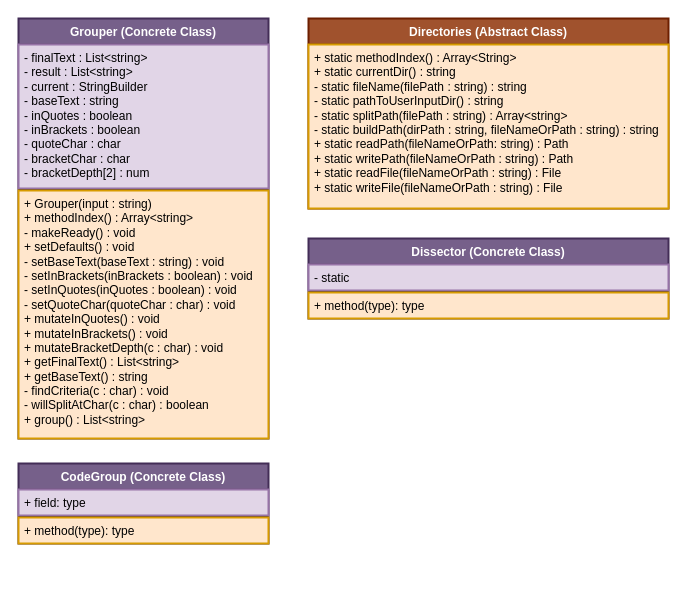
The draw.io diagram dev/ClassDiagrams.drawio in BroerSakki/PseudoCompiler, before the edit. Source tidied: cells renumbered, new cells numbered last; positions are measured from the earlier drawing's top-left corner, leaving out a move shared by most shapes. Both pictures are drawn from the tidied source at 100%, with x=0, y=0 at pixel (18, 18).
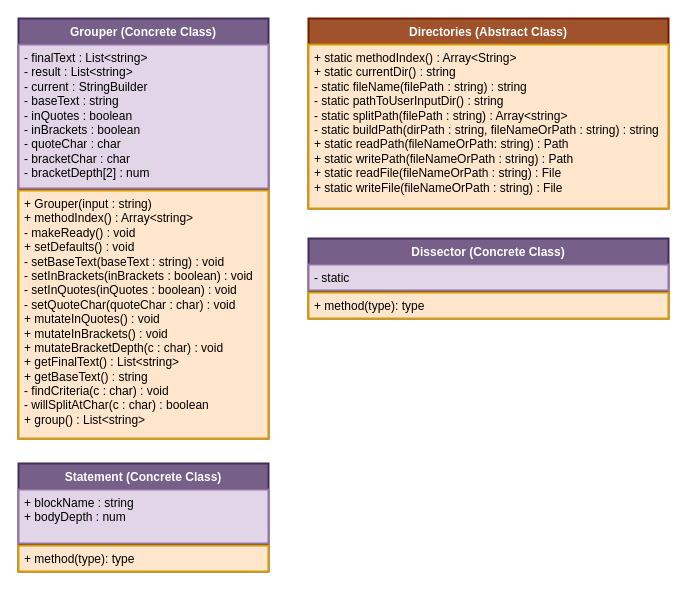
After the change.

The edit, as a diff of the source:
```diff
@@
 <mxGraphModel>
   <root>
     <mxCell id="0" />
     <mxCell id="1" parent="0" />
     <mxCell id="2" value="Grouper (Concrete Class)" style="swimlane;fontStyle=1;align=center;verticalAlign=top;horizontal=1;startSize=26;whiteSpace=wrap;html=1;fillColor=#76608a;strokeColor=#432D57;fontColor=#ffffff;strokeWidth=2;" parent="1" vertex="1">
       <mxGeometry width="250" height="420" as="geometry" />
     </mxCell>
     <mxCell id="3" value="- finalText : List&amp;lt;string&amp;gt;&lt;div&gt;- result : List&amp;lt;string&amp;gt;&lt;/div&gt;&lt;div&gt;- current : StringBuilder&lt;/div&gt;&lt;div&gt;- baseText : string&lt;/div&gt;&lt;div&gt;- inQuotes : boolean&lt;/div&gt;&lt;div&gt;- inBrackets : boolean&lt;/div&gt;&lt;div&gt;- quoteChar : char&lt;/div&gt;&lt;div&gt;- bracketChar : char&lt;/div&gt;&lt;div&gt;- bracketDepth[2] : num&lt;/div&gt;" style="text;strokeColor=#9673a6;fillColor=#e1d5e7;align=left;verticalAlign=top;spacingLeft=4;spacingRight=4;overflow=hidden;whiteSpace=wrap;html=1;strokeWidth=2;" parent="2" vertex="1">
       <mxGeometry y="26" width="250" height="144" as="geometry" />
     </mxCell>
     <mxCell id="4" style="line;strokeWidth=1;fillColor=none;align=left;verticalAlign=middle;spacingTop=-1;spacingLeft=3;spacingRight=3;labelPosition=right;strokeColor=inherit;" parent="2" vertex="1">
       <mxGeometry y="170" width="250" height="2" as="geometry" />
     </mxCell>
     <mxCell id="5" value="+ Grouper(input : string)&lt;div&gt;+ methodIndex() : Array&amp;lt;string&amp;gt;&lt;br&gt;&lt;div&gt;- makeReady() : void&lt;/div&gt;&lt;div&gt;&lt;div&gt;+ setDefaults() : void&lt;/div&gt;&lt;div&gt;- setBaseText(baseText : string) : void&lt;/div&gt;&lt;/div&gt;&lt;div&gt;&lt;span style=&quot;background-color: transparent; color: light-dark(rgb(0, 0, 0), rgb(255, 255, 255));&quot;&gt;- setInBrackets(inBrackets : boolean) : void&lt;/span&gt;&lt;/div&gt;&lt;div&gt;&lt;div&gt;- setInQuotes(inQuotes : boolean) : void&lt;/div&gt;&lt;div&gt;&lt;span style=&quot;background-color: transparent; color: light-dark(rgb(0, 0, 0), rgb(255, 255, 255));&quot;&gt;- setQuoteChar(quoteChar : char) : void&lt;/span&gt;&lt;/div&gt;&lt;div&gt;&lt;span style=&quot;background-color: transparent; color: light-dark(rgb(0, 0, 0), rgb(255, 255, 255));&quot;&gt;+ mutateInQuotes() : void&lt;/span&gt;&lt;/div&gt;&lt;div&gt;+ mutateInBrackets() : void&lt;/div&gt;&lt;div&gt;+ mutateBracketDepth(c : char) : void&lt;/div&gt;&lt;div&gt;+ getFinalText() : List&amp;lt;string&amp;gt;&lt;/div&gt;&lt;/div&gt;&lt;div&gt;+ getBaseText() : string&lt;/div&gt;&lt;div&gt;- findCriteria(c : char) : void&lt;/div&gt;&lt;div&gt;- willSplitAtChar(c : char) : boolean&lt;/div&gt;&lt;div&gt;+ group() : List&amp;lt;string&amp;gt;&lt;/div&gt;&lt;/div&gt;" style="text;strokeColor=#d79b00;fillColor=#ffe6cc;align=left;verticalAlign=top;spacingLeft=4;spacingRight=4;overflow=hidden;whiteSpace=wrap;html=1;strokeWidth=2;" parent="2" vertex="1">
       <mxGeometry y="172" width="250" height="248" as="geometry" />
     </mxCell>
     <mxCell id="6" value="Directories (Abstract Class)" style="swimlane;fontStyle=1;align=center;verticalAlign=top;horizontal=1;startSize=26;whiteSpace=wrap;html=1;fillColor=#a0522d;strokeColor=#6D1F00;fontColor=#ffffff;strokeWidth=2;" parent="1" vertex="1">
       <mxGeometry x="290" width="360" height="190" as="geometry" />
     </mxCell>
     <mxCell id="7" value="&lt;div&gt;+ static methodIndex() : Array&amp;lt;String&amp;gt;&lt;/div&gt;&lt;div&gt;&lt;span style=&quot;background-color: transparent; color: light-dark(rgb(0, 0, 0), rgb(255, 255, 255));&quot;&gt;+ static currentDir() : string&lt;/span&gt;&lt;/div&gt;&lt;div&gt;- static fileName(filePath : string) : string&lt;/div&gt;- static pathToUserInputDir() : string&lt;div&gt;- static splitPath(filePath : string) : Array&amp;lt;string&amp;gt;&lt;/div&gt;&lt;div&gt;- static buildPath(dirPath : string, fileNameOrPath : string) : string&lt;/div&gt;&lt;div&gt;+ static readPath(&lt;span style=&quot;background-color: transparent; color: light-dark(rgb(0, 0, 0), rgb(255, 255, 255));&quot;&gt;fileNameOrPath: string) : Path&lt;/span&gt;&lt;/div&gt;&lt;div&gt;+ static writePath(fileNameOrPath&lt;span style=&quot;background-color: transparent; color: light-dark(rgb(0, 0, 0), rgb(255, 255, 255));&quot;&gt;&amp;nbsp;: string) : Path&lt;/span&gt;&lt;/div&gt;&lt;div&gt;&lt;span style=&quot;background-color: transparent; color: light-dark(rgb(0, 0, 0), rgb(255, 255, 255));&quot;&gt;+ static readFile(&lt;/span&gt;&lt;span style=&quot;background-color: transparent; color: light-dark(rgb(0, 0, 0), rgb(255, 255, 255));&quot;&gt;fileNameOrPath : string) : File&lt;/span&gt;&lt;/div&gt;&lt;div&gt;&lt;span style=&quot;background-color: transparent; color: light-dark(rgb(0, 0, 0), rgb(255, 255, 255));&quot;&gt;+ static writeFile(&lt;/span&gt;&lt;span style=&quot;background-color: transparent; color: light-dark(rgb(0, 0, 0), rgb(255, 255, 255));&quot;&gt;fileNameOrPath : string) : File&lt;/span&gt;&lt;/div&gt;" style="text;strokeColor=#d79b00;fillColor=#ffe6cc;align=left;verticalAlign=top;spacingLeft=4;spacingRight=4;overflow=hidden;whiteSpace=wrap;html=1;strokeWidth=2;" parent="6" vertex="1">
       <mxGeometry y="26" width="360" height="164" as="geometry" />
     </mxCell>
     <mxCell id="8" value="Dissector (Concrete Class)" style="swimlane;fontStyle=1;align=center;verticalAlign=top;horizontal=1;startSize=26;whiteSpace=wrap;html=1;fillColor=#76608a;strokeColor=#432D57;fontColor=#ffffff;strokeWidth=2;" parent="1" vertex="1">
       <mxGeometry x="290" y="220" width="360" height="80" as="geometry" />
     </mxCell>
     <mxCell id="9" value="- static" style="text;strokeColor=#9673a6;fillColor=#e1d5e7;align=left;verticalAlign=top;spacingLeft=4;spacingRight=4;overflow=hidden;whiteSpace=wrap;html=1;strokeWidth=2;" parent="8" vertex="1">
       <mxGeometry y="26" width="360" height="26" as="geometry" />
     </mxCell>
     <mxCell id="10" style="line;strokeWidth=1;fillColor=none;align=left;verticalAlign=middle;spacingTop=-1;spacingLeft=3;spacingRight=3;labelPosition=right;strokeColor=inherit;" parent="8" vertex="1">
       <mxGeometry y="52" width="360" height="2" as="geometry" />
     </mxCell>
     <mxCell id="11" value="+ method(type): type" style="text;strokeColor=#d79b00;fillColor=#ffe6cc;align=left;verticalAlign=top;spacingLeft=4;spacingRight=4;overflow=hidden;whiteSpace=wrap;html=1;strokeWidth=2;" parent="8" vertex="1">
       <mxGeometry y="54" width="360" height="26" as="geometry" />
     </mxCell>
-    <mxCell id="12" value="CodeGroup (Concrete Class)" style="swimlane;fontStyle=1;align=center;verticalAlign=top;horizontal=1;startSize=26;whiteSpace=wrap;html=1;fillColor=#76608a;strokeColor=#432D57;fontColor=#ffffff;strokeWidth=2;" parent="1" vertex="1">
-      <mxGeometry y="445" width="250" height="80" as="geometry" />
+    <mxCell id="12" value="Statement (Concrete Class)" style="swimlane;fontStyle=1;align=center;verticalAlign=top;horizontal=1;startSize=26;whiteSpace=wrap;html=1;fillColor=#76608a;strokeColor=#432D57;fontColor=#ffffff;strokeWidth=2;" parent="1" vertex="1">
+      <mxGeometry y="445" width="250" height="108" as="geometry" />
     </mxCell>
-    <mxCell id="13" value="+ field: type" style="text;strokeColor=#9673a6;fillColor=#e1d5e7;align=left;verticalAlign=top;spacingLeft=4;spacingRight=4;overflow=hidden;whiteSpace=wrap;html=1;strokeWidth=2;" parent="12" vertex="1">
-      <mxGeometry y="26" width="250" height="26" as="geometry" />
+    <mxCell id="13" value="+ blockName : string&lt;div&gt;+ bodyDepth : num&lt;/div&gt;" style="text;strokeColor=#9673a6;fillColor=#e1d5e7;align=left;verticalAlign=top;spacingLeft=4;spacingRight=4;overflow=hidden;whiteSpace=wrap;html=1;strokeWidth=2;" parent="12" vertex="1">
+      <mxGeometry y="26" width="250" height="54" as="geometry" />
     </mxCell>
     <mxCell id="14" style="line;strokeWidth=1;fillColor=none;align=left;verticalAlign=middle;spacingTop=-1;spacingLeft=3;spacingRight=3;labelPosition=right;strokeColor=inherit;" parent="12" vertex="1">
-      <mxGeometry y="52" width="250" height="2" as="geometry" />
+      <mxGeometry y="80" width="250" height="2" as="geometry" />
     </mxCell>
     <mxCell id="15" value="+ method(type): type" style="text;strokeColor=#d79b00;fillColor=#ffe6cc;align=left;verticalAlign=top;spacingLeft=4;spacingRight=4;overflow=hidden;whiteSpace=wrap;html=1;strokeWidth=2;" parent="12" vertex="1">
-      <mxGeometry y="54" width="250" height="26" as="geometry" />
+      <mxGeometry y="82" width="250" height="26" as="geometry" />
     </mxCell>
   </root>
 </mxGraphModel>
```
